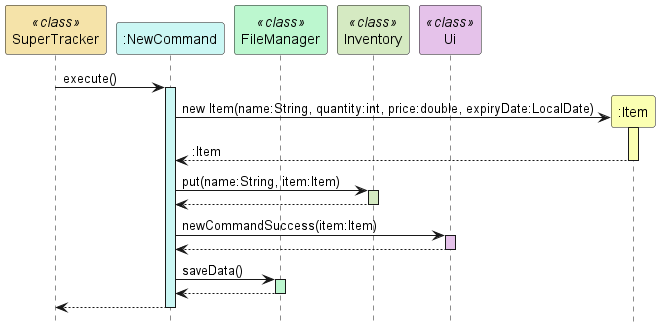
The PlantUML diagram docs/uml-diagrams/NewCommandSequence.png in rismm/tp, before a commit.
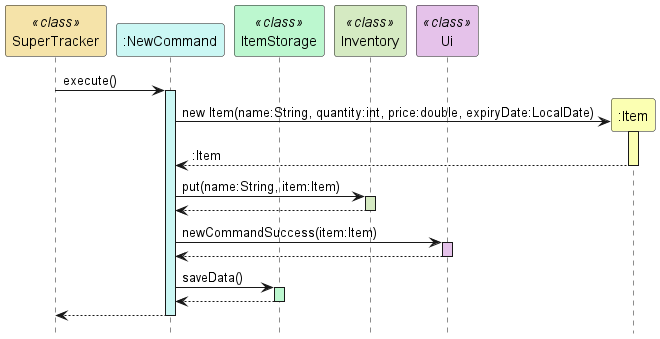
Later version of the same file.

What changed in the source:
```diff
@@ -2,7 +2,7 @@
 hide footbox
 participant "SuperTracker" as SuperTracker <<class>> #f5e3a9
 participant ":NewCommand" as NewCommand #cbf7f4
-participant "FileManager" as FileManager <<class>> #bcf7cf
+participant "ItemStorage" as ItemStorage <<class>> #bcf7cf
 participant "Inventory" as Inventory <<class>> #d5eac2
 participant "Ui" as Ui <<class>> #e5c2ea
 participant ":Item" as Item #fbffb2
@@ -25,10 +25,10 @@
 Ui --> NewCommand
 deactivate Ui
 
-NewCommand -> FileManager : saveData()
-activate FileManager #bcf7cf
-FileManager --> NewCommand
-deactivate FileManager
+NewCommand -> ItemStorage : saveData()
+activate ItemStorage #bcf7cf
+ItemStorage --> NewCommand
+deactivate ItemStorage
 
 NewCommand --> SuperTracker
 deactivate NewCommand
```
